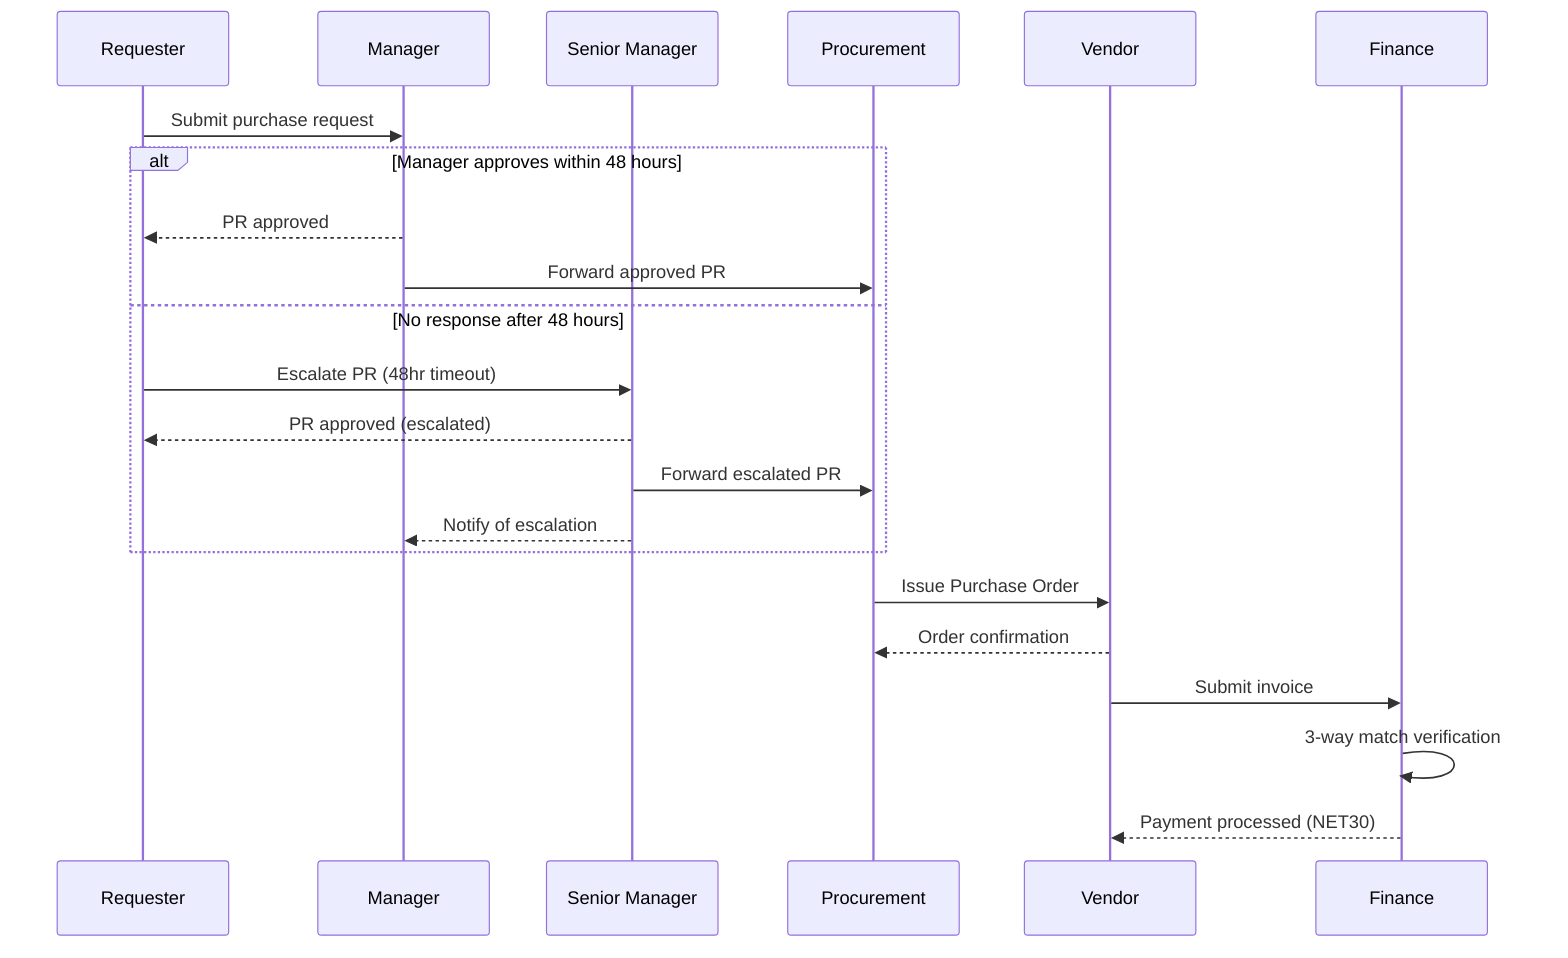
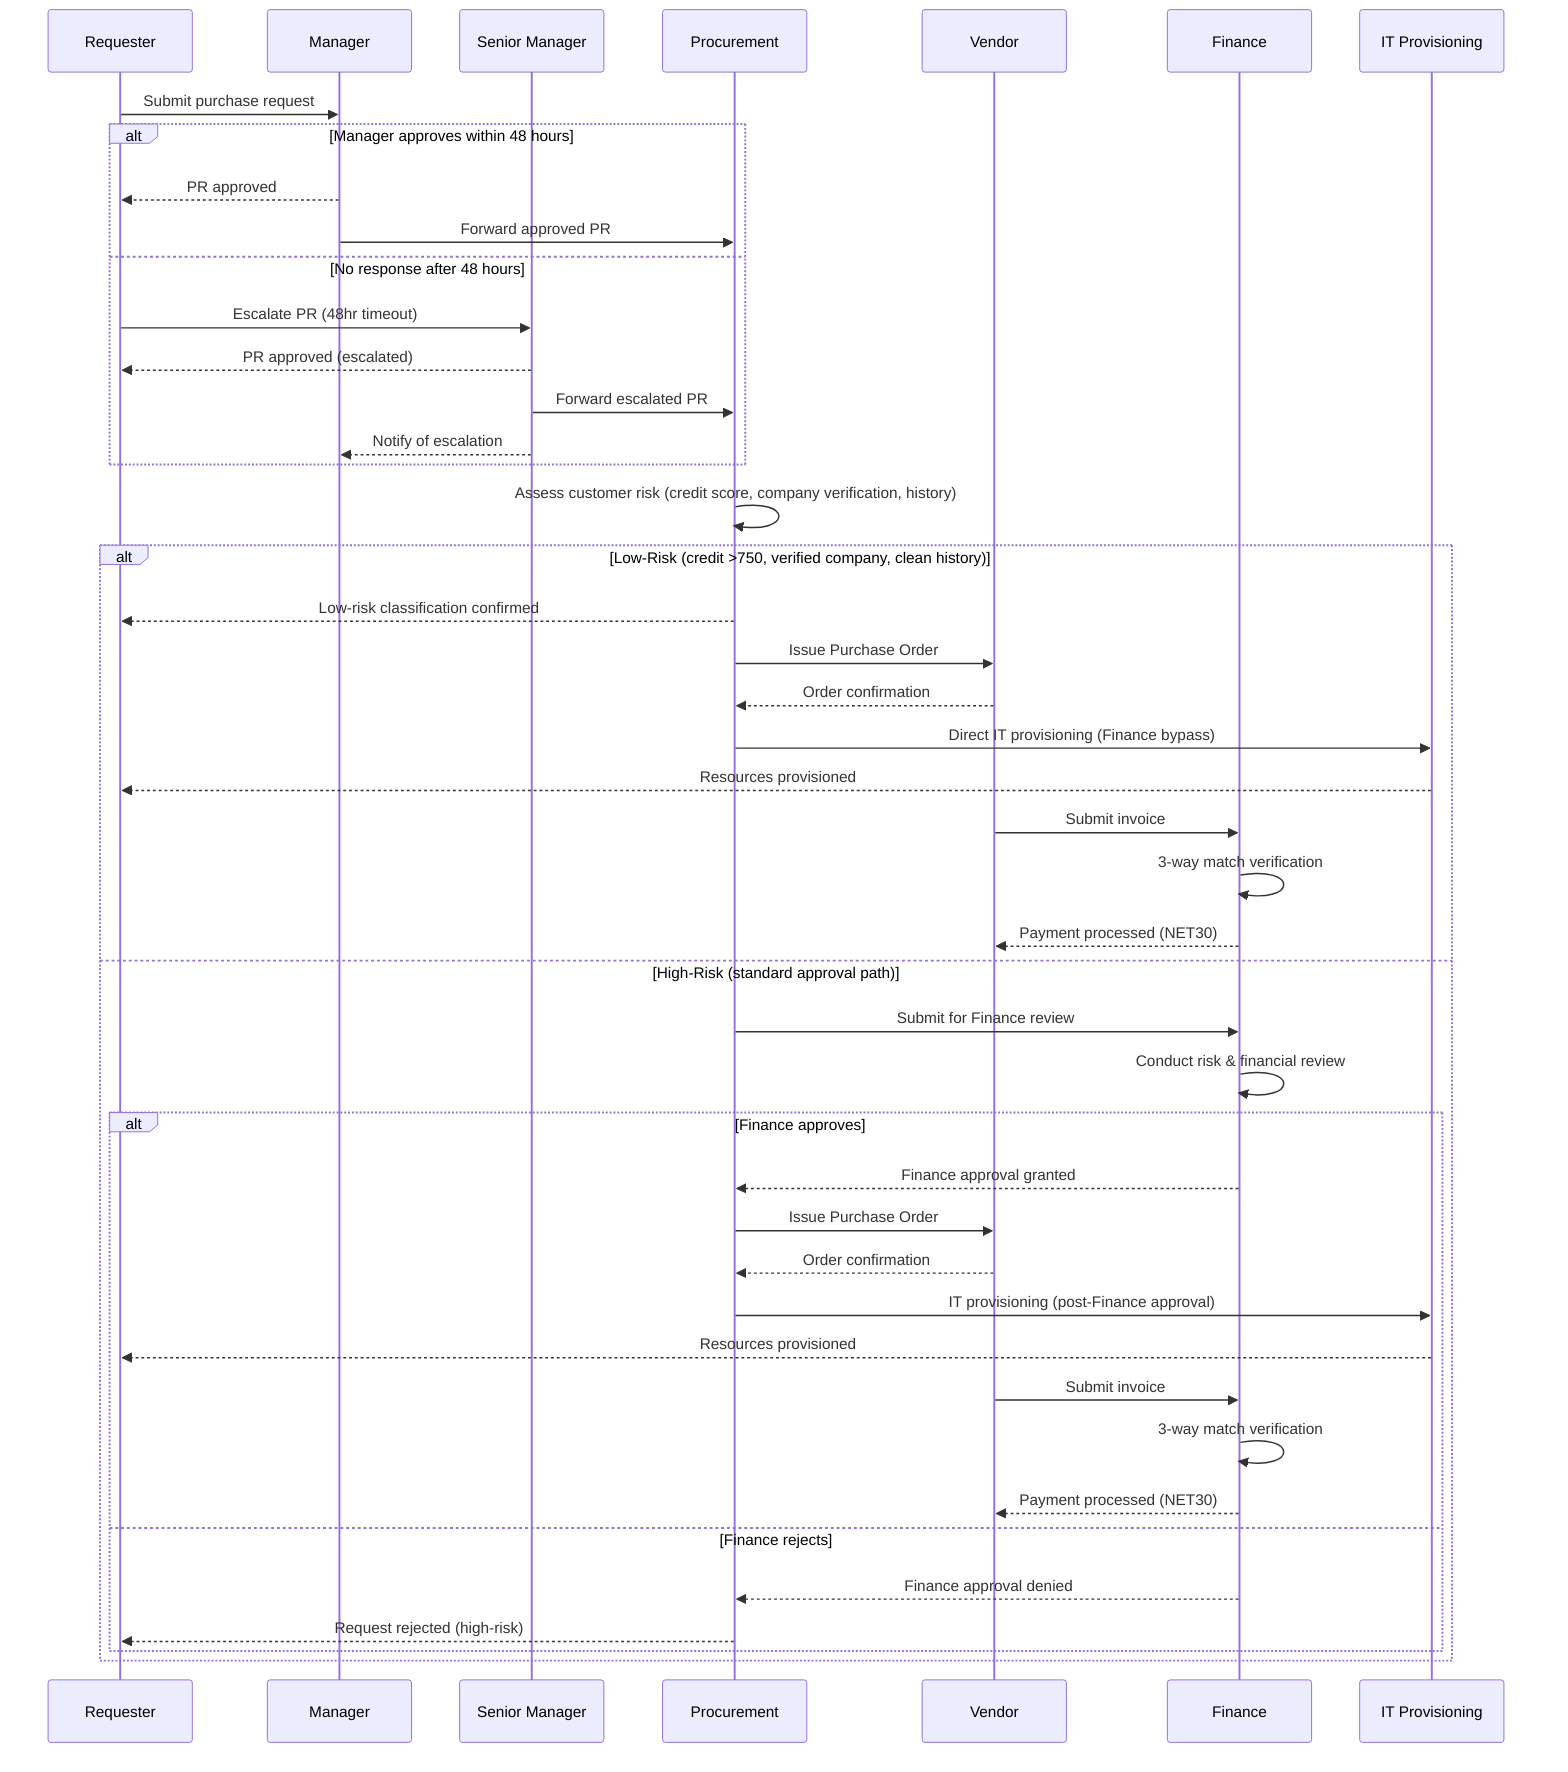
sequenceDiagram
    participant R as Requester
    participant M as Manager
    participant SM as Senior Manager
    participant P as Procurement
    participant V as Vendor
    participant F as Finance
+     participant IT as IT Provisioning

    R->>M: Submit purchase request
-     %% ⚡ CHANGED SECTION - Added 48-hour escalation path for manager approval
    alt Manager approves within 48 hours
        M-->>R: PR approved
        M->>P: Forward approved PR
    else No response after 48 hours
        R->>SM: Escalate PR (48hr timeout)
        SM-->>R: PR approved (escalated)
        SM->>P: Forward escalated PR
        SM-->>M: Notify of escalation
    end
-     %% ⚡ END CHANGED SECTION
-     P->>V: Issue Purchase Order
-     V-->>P: Order confirmation
-     V->>F: Submit invoice
-     F->>F: 3-way match verification
-     F-->>V: Payment processed (NET30)+ 
+     %% ⚡ CHANGED SECTION - Risk-based onboarding: low-risk bypasses Finance, high-risk requires Finance review
+     P->>P: Assess customer risk (credit score, company verification, history)
+     alt Low-Risk (credit >750, verified company, clean history)
+         P-->>R: Low-risk classification confirmed
+         P->>V: Issue Purchase Order
+         V-->>P: Order confirmation
+         P->>IT: Direct IT provisioning (Finance bypass)
+         IT-->>R: Resources provisioned
+         V->>F: Submit invoice
+         F->>F: 3-way match verification
+         F-->>V: Payment processed (NET30)
+     else High-Risk (standard approval path)
+         P->>F: Submit for Finance review
+         F->>F: Conduct risk & financial review
+         alt Finance approves
+             F-->>P: Finance approval granted
+             P->>V: Issue Purchase Order
+             V-->>P: Order confirmation
+             P->>IT: IT provisioning (post-Finance approval)
+             IT-->>R: Resources provisioned
+             V->>F: Submit invoice
+             F->>F: 3-way match verification
+             F-->>V: Payment processed (NET30)
+         else Finance rejects
+             F-->>P: Finance approval denied
+             P-->>R: Request rejected (high-risk)
+         end
+     end
+     %% ⚡ END CHANGED SECTION